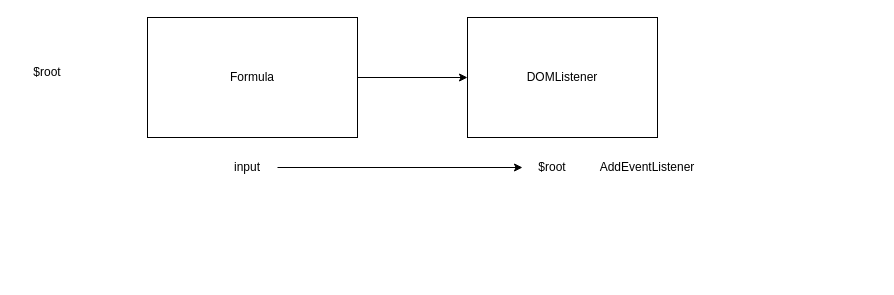
The draw.io diagram Диаграмма без названия3.drawio in timofeyPython/Work, before the edit. Source tidied: cells renumbered, new cells numbered last; positions are measured from the earlier drawing's top-left corner, leaving out a move shared by most shapes. Both pictures are drawn from the tidied source at 100%, with x=0, y=0 at pixel (17, 17).
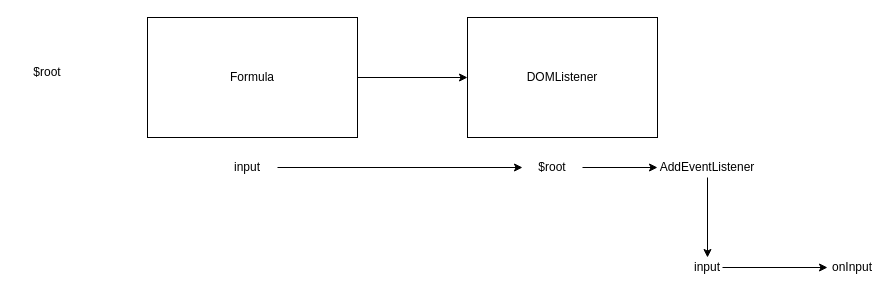
After the change.

What changed in the source:
```diff
@@
 <mxGraphModel>
   <root>
     <mxCell id="0" />
     <mxCell id="1" parent="0" />
     <mxCell id="2" style="edgeStyle=orthogonalEdgeStyle;rounded=0;jettySize=auto;html=1;" parent="1" edge="1" source="3" target="6">
       <mxGeometry relative="1" as="geometry" />
     </mxCell>
     <mxCell id="3" value="Formula" style="rounded=0;whiteSpace=wrap;html=1;" parent="1" vertex="1">
       <mxGeometry x="130" width="210" height="120" as="geometry" />
     </mxCell>
     <mxCell id="4" style="edgeStyle=orthogonalEdgeStyle;rounded=0;jettySize=auto;html=1;entryX=0;entryY=0.5;entryDx=0;entryDy=0;" parent="1" edge="1" source="5" target="8">
       <mxGeometry relative="1" as="geometry" />
     </mxCell>
     <mxCell id="5" value="input" style="text;html=1;strokeColor=none;fillColor=none;align=center;verticalAlign=middle;whiteSpace=wrap;rounded=0;" parent="1" vertex="1">
       <mxGeometry x="200" y="140" width="60" height="20" as="geometry" />
     </mxCell>
     <mxCell id="6" value="DOMListener" style="rounded=0;whiteSpace=wrap;html=1;" parent="1" vertex="1">
       <mxGeometry x="450" width="190" height="120" as="geometry" />
     </mxCell>
     <mxCell id="7" value="$root" style="text;html=1;strokeColor=none;fillColor=none;align=center;verticalAlign=middle;whiteSpace=wrap;rounded=0;" parent="1" vertex="1">
       <mxGeometry y="40" width="60" height="30" as="geometry" />
     </mxCell>
+    <mxCell id="10" style="edgeStyle=orthogonalEdgeStyle;rounded=0;jettySize=auto;html=1;" parent="1" edge="1" source="8" target="9">
+      <mxGeometry relative="1" as="geometry" />
+    </mxCell>
     <mxCell id="8" value="$root" style="text;html=1;strokeColor=none;fillColor=none;align=center;verticalAlign=middle;whiteSpace=wrap;rounded=0;" parent="1" vertex="1">
       <mxGeometry x="505" y="140" width="60" height="20" as="geometry" />
     </mxCell>
+    <mxCell id="11" style="edgeStyle=orthogonalEdgeStyle;rounded=0;jettySize=auto;html=1;" parent="1" edge="1" source="9" target="13">
+      <mxGeometry relative="1" as="geometry" />
+    </mxCell>
     <mxCell id="9" value="AddEventListener" style="text;html=1;strokeColor=none;fillColor=none;align=center;verticalAlign=middle;whiteSpace=wrap;rounded=0;" parent="1" vertex="1">
-      <mxGeometry x="600" y="140" width="60" height="20" as="geometry" />
+      <mxGeometry x="640" y="140" width="100" height="20" as="geometry" />
     </mxCell>
+    <mxCell id="12" style="edgeStyle=orthogonalEdgeStyle;rounded=0;jettySize=auto;html=1;" parent="1" edge="1" source="13" target="14">
+      <mxGeometry relative="1" as="geometry" />
+    </mxCell>
+    <mxCell id="13" value="input" style="text;html=1;strokeColor=none;fillColor=none;align=center;verticalAlign=middle;whiteSpace=wrap;rounded=0;" parent="1" vertex="1">
+      <mxGeometry x="675" y="240" width="30" height="20" as="geometry" />
+    </mxCell>
+    <mxCell id="14" value="onInput" style="text;html=1;strokeColor=none;fillColor=none;align=center;verticalAlign=middle;whiteSpace=wrap;rounded=0;" parent="1" vertex="1">
+      <mxGeometry x="810" y="240" width="50" height="20" as="geometry" />
+    </mxCell>
   </root>
 </mxGraphModel>
```
